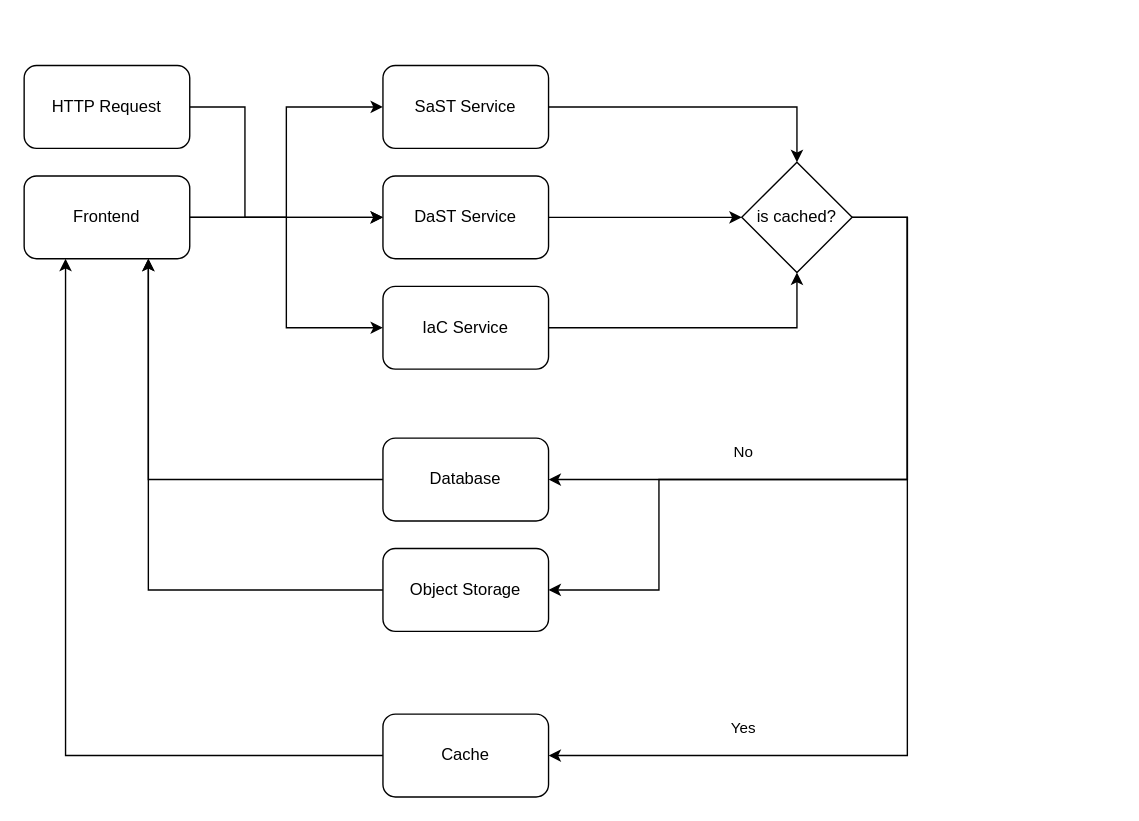
cx-joaoguedes/drawio keeps this draw.io diagram as page "CLAB Overview Design" (3 of 4) of charts/c-lab.drawio. Above is the earlier version. Source tidied: cells renumbered, new cells numbered last; positions are measured from the earlier drawing's top-left corner, leaving out a move shared by most shapes. Both pictures are drawn from the tidied source at 138%, with x=0, y=0 at pixel (23, 65).
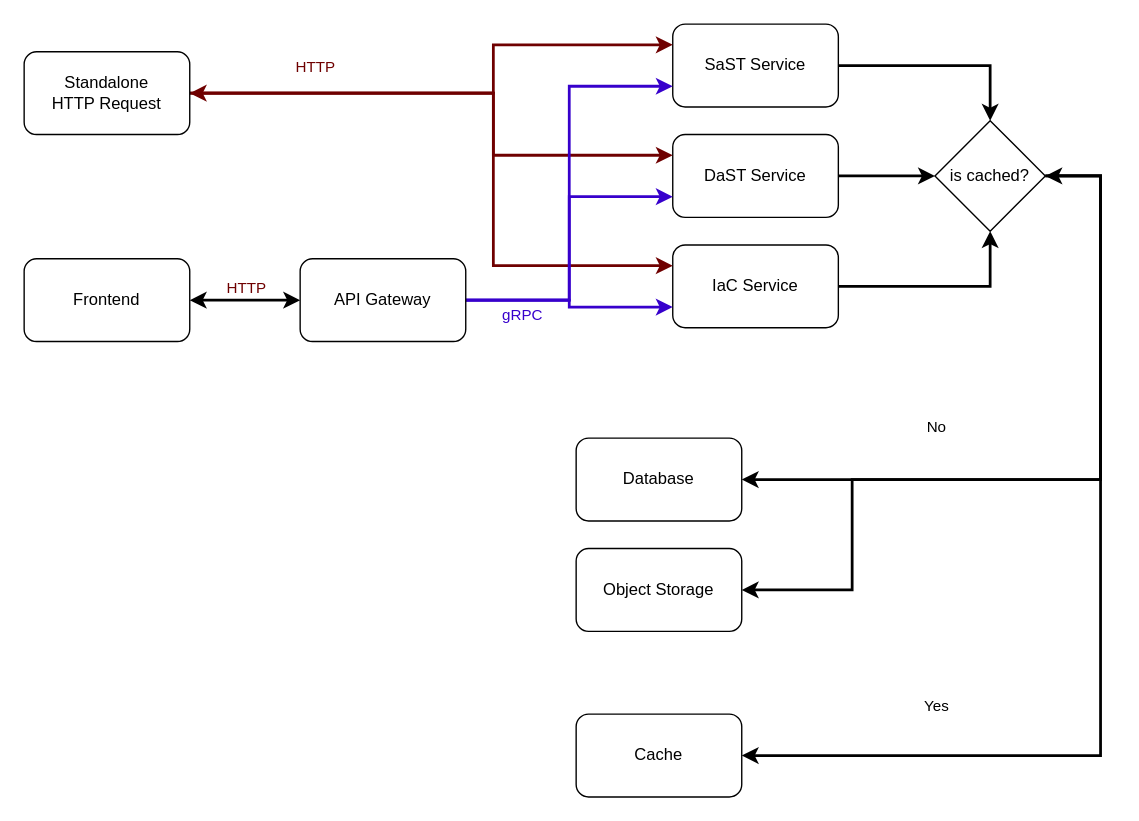
The same diagram, later.

Diff of the diagram source:
```diff
@@
-    <mxCell id="2" style="edgeStyle=orthogonalEdgeStyle;rounded=0;jettySize=auto;html=1;entryX=0;entryY=0.5;entryDx=0;entryDy=0;" parent="1" edge="1" source="5" target="7">
-      <mxGeometry relative="1" as="geometry" />
-    </mxCell>
-    <mxCell id="3" style="edgeStyle=orthogonalEdgeStyle;rounded=0;jettySize=auto;html=1;" parent="1" edge="1" source="5" target="9">
-      <mxGeometry relative="1" as="geometry" />
-    </mxCell>
-    <mxCell id="4" style="edgeStyle=orthogonalEdgeStyle;rounded=0;jettySize=auto;html=1;entryX=0;entryY=0.5;entryDx=0;entryDy=0;" parent="1" edge="1" source="5" target="11">
-      <mxGeometry relative="1" as="geometry" />
-    </mxCell>
+    <mxCell id="26" style="edgeStyle=orthogonalEdgeStyle;rounded=0;jettySize=auto;html=1;entryX=0;entryY=0.5;entryDx=0;entryDy=0;fontColor=#6F0000;strokeWidth=2;startArrow=classic;startFill=1;" parent="1" edge="1" source="5" target="35">
+      <mxGeometry relative="1" as="geometry" />
+    </mxCell>
+    <mxCell id="27" value="HTTP" style="edgeLabel;html=1;align=center;verticalAlign=middle;fontColor=#6F0000;" parent="26" vertex="1">
+      <mxGeometry x="0.01" relative="1" as="geometry">
+        <mxPoint y="-10" as="offset" />
+      </mxGeometry>
+    </mxCell>
     <mxCell id="5" value="Frontend" style="rounded=1;whiteSpace=wrap;html=1;" parent="1" vertex="1">
-      <mxGeometry y="80" width="120" height="60" as="geometry" />
+      <mxGeometry y="140" width="120" height="60" as="geometry" />
     </mxCell>
-    <mxCell id="6" style="edgeStyle=orthogonalEdgeStyle;rounded=0;jettySize=auto;html=1;" parent="1" edge="1" source="7" target="23">
+    <mxCell id="6" style="edgeStyle=orthogonalEdgeStyle;rounded=0;jettySize=auto;html=1;strokeWidth=2;" parent="1" edge="1" source="7" target="23">
       <mxGeometry relative="1" as="geometry" />
     </mxCell>
     <mxCell id="7" value="&lt;div&gt;SaST Service&lt;/div&gt;" style="rounded=1;whiteSpace=wrap;html=1;" parent="1" vertex="1">
-      <mxGeometry x="260" width="120" height="60" as="geometry" />
+      <mxGeometry x="470" y="-30" width="120" height="60" as="geometry" />
     </mxCell>
-    <mxCell id="8" style="edgeStyle=orthogonalEdgeStyle;rounded=0;jettySize=auto;html=1;" parent="1" edge="1" source="9" target="23">
+    <mxCell id="8" style="edgeStyle=orthogonalEdgeStyle;rounded=0;jettySize=auto;html=1;strokeWidth=2;" parent="1" edge="1" source="9" target="23">
       <mxGeometry relative="1" as="geometry" />
     </mxCell>
     <mxCell id="9" value="&lt;div&gt;DaST Service&lt;/div&gt;" style="rounded=1;whiteSpace=wrap;html=1;" parent="1" vertex="1">
-      <mxGeometry x="260" y="80" width="120" height="60" as="geometry" />
+      <mxGeometry x="470" y="50" width="120" height="60" as="geometry" />
     </mxCell>
-    <mxCell id="10" style="edgeStyle=orthogonalEdgeStyle;rounded=0;jettySize=auto;html=1;entryX=0.5;entryY=1;entryDx=0;entryDy=0;" parent="1" edge="1" source="11" target="23">
+    <mxCell id="10" style="edgeStyle=orthogonalEdgeStyle;rounded=0;jettySize=auto;html=1;entryX=0.5;entryY=1;entryDx=0;entryDy=0;strokeWidth=2;" parent="1" edge="1" source="11" target="23">
       <mxGeometry relative="1" as="geometry" />
     </mxCell>
     <mxCell id="11" value="&lt;div&gt;IaC Service&lt;/div&gt;" style="rounded=1;whiteSpace=wrap;html=1;" parent="1" vertex="1">
-      <mxGeometry x="260" y="160" width="120" height="60" as="geometry" />
+      <mxGeometry x="470" y="130" width="120" height="60" as="geometry" />
     </mxCell>
-    <mxCell id="12" style="edgeStyle=orthogonalEdgeStyle;rounded=0;jettySize=auto;html=1;entryX=0.75;entryY=1;entryDx=0;entryDy=0;" parent="1" edge="1" source="13" target="5">
-      <mxGeometry relative="1" as="geometry" />
-    </mxCell>
     <mxCell id="13" value="Database" style="rounded=1;whiteSpace=wrap;html=1;" parent="1" vertex="1">
-      <mxGeometry x="260" y="270" width="120" height="60" as="geometry" />
+      <mxGeometry x="400" y="270" width="120" height="60" as="geometry" />
     </mxCell>
-    <mxCell id="14" style="edgeStyle=orthogonalEdgeStyle;rounded=0;jettySize=auto;html=1;entryX=0.75;entryY=1;entryDx=0;entryDy=0;" parent="1" edge="1" source="15" target="5">
-      <mxGeometry relative="1" as="geometry" />
-    </mxCell>
     <mxCell id="15" value="Object Storage" style="rounded=1;whiteSpace=wrap;html=1;" parent="1" vertex="1">
-      <mxGeometry x="260" y="350" width="120" height="60" as="geometry" />
+      <mxGeometry x="400" y="350" width="120" height="60" as="geometry" />
     </mxCell>
-    <mxCell id="16" style="edgeStyle=orthogonalEdgeStyle;rounded=0;jettySize=auto;html=1;" parent="1" edge="1" source="17" target="5">
-      <mxGeometry relative="1" as="geometry">
-        <Array as="points">
-          <mxPoint x="30" y="500" />
-        </Array>
-      </mxGeometry>
-    </mxCell>
     <mxCell id="17" value="Cache" style="rounded=1;whiteSpace=wrap;html=1;" parent="1" vertex="1">
-      <mxGeometry x="260" y="470" width="120" height="60" as="geometry" />
+      <mxGeometry x="400" y="470" width="120" height="60" as="geometry" />
     </mxCell>
-    <mxCell id="18" style="edgeStyle=orthogonalEdgeStyle;rounded=0;jettySize=auto;html=1;entryX=1;entryY=0.5;entryDx=0;entryDy=0;" parent="1" edge="1" source="23" target="17">
+    <mxCell id="18" style="edgeStyle=orthogonalEdgeStyle;rounded=0;jettySize=auto;html=1;entryX=1;entryY=0.5;entryDx=0;entryDy=0;strokeWidth=2;" parent="1" edge="1" source="23" target="17">
       <mxGeometry relative="1" as="geometry">
         <Array as="points">
-          <mxPoint x="640" y="110" />
-          <mxPoint x="640" y="500" />
+          <mxPoint x="780" y="80" />
+          <mxPoint x="780" y="500" />
         </Array>
       </mxGeometry>
     </mxCell>
@@
-    <mxCell id="20" style="edgeStyle=orthogonalEdgeStyle;rounded=0;jettySize=auto;html=1;entryX=1;entryY=0.5;entryDx=0;entryDy=0;" parent="1" edge="1" source="23" target="13">
+    <mxCell id="20" style="edgeStyle=orthogonalEdgeStyle;rounded=0;jettySize=auto;html=1;entryX=1;entryY=0.5;entryDx=0;entryDy=0;strokeWidth=2;" parent="1" edge="1" source="23" target="13">
       <mxGeometry relative="1" as="geometry">
         <Array as="points">
-          <mxPoint x="640" y="110" />
-          <mxPoint x="640" y="300" />
+          <mxPoint x="780" y="80" />
+          <mxPoint x="780" y="300" />
         </Array>
       </mxGeometry>
     </mxCell>
@@
-    <mxCell id="22" style="edgeStyle=orthogonalEdgeStyle;rounded=0;jettySize=auto;html=1;entryX=1;entryY=0.5;entryDx=0;entryDy=0;" parent="1" edge="1" source="23" target="15">
+    <mxCell id="22" style="edgeStyle=orthogonalEdgeStyle;rounded=0;jettySize=auto;html=1;entryX=1;entryY=0.5;entryDx=0;entryDy=0;strokeWidth=2;startArrow=classic;startFill=1;" parent="1" edge="1" source="23" target="15">
       <mxGeometry relative="1" as="geometry">
         <Array as="points">
-          <mxPoint x="640" y="110" />
-          <mxPoint x="640" y="300" />
-          <mxPoint x="460" y="300" />
-          <mxPoint x="460" y="380" />
+          <mxPoint x="780" y="80" />
+          <mxPoint x="780" y="300" />
+          <mxPoint x="600" y="300" />
+          <mxPoint x="600" y="380" />
         </Array>
       </mxGeometry>
     </mxCell>
     <mxCell id="23" value="is cached?" style="rhombus;whiteSpace=wrap;html=1;" parent="1" vertex="1">
-      <mxGeometry x="520" y="70" width="80" height="80" as="geometry" />
+      <mxGeometry x="660" y="40" width="80" height="80" as="geometry" />
     </mxCell>
+    <mxCell id="28" style="edgeStyle=orthogonalEdgeStyle;rounded=0;jettySize=auto;html=1;entryX=0;entryY=0.25;entryDx=0;entryDy=0;fillColor=#a20025;strokeColor=#6F0000;strokeWidth=2;shadow=0;flowAnimation=0;" parent="1" edge="1" source="25" target="7">
+      <mxGeometry relative="1" as="geometry">
+        <Array as="points">
+          <mxPoint x="340" y="20" />
+          <mxPoint x="340" y="-15" />
+        </Array>
+      </mxGeometry>
+    </mxCell>
-    <mxCell id="24" style="edgeStyle=orthogonalEdgeStyle;rounded=0;jettySize=auto;html=1;entryX=0;entryY=0.5;entryDx=0;entryDy=0;" parent="1" edge="1" source="25" target="9">
+    <mxCell id="24" style="edgeStyle=orthogonalEdgeStyle;rounded=0;jettySize=auto;html=1;entryX=0;entryY=0.25;entryDx=0;entryDy=0;fillColor=#a20025;strokeColor=#6F0000;strokeWidth=2;shadow=0;flowAnimation=0;" parent="1" edge="1" source="25" target="9">
       <mxGeometry relative="1" as="geometry">
         <Array as="points">
-          <mxPoint x="160" y="30" />
-          <mxPoint x="160" y="110" />
+          <mxPoint x="340" y="20" />
+          <mxPoint x="340" y="65" />
         </Array>
       </mxGeometry>
     </mxCell>
+    <mxCell id="29" style="edgeStyle=orthogonalEdgeStyle;rounded=0;jettySize=auto;html=1;entryX=0;entryY=0.25;entryDx=0;entryDy=0;fillColor=#a20025;strokeColor=#6F0000;strokeWidth=2;shadow=0;flowAnimation=0;startArrow=classic;startFill=1;" parent="1" edge="1" source="25" target="11">
+      <mxGeometry relative="1" as="geometry">
+        <Array as="points">
+          <mxPoint x="340" y="20" />
+          <mxPoint x="340" y="145" />
+        </Array>
+      </mxGeometry>
+    </mxCell>
+    <mxCell id="30" value="HTTP" style="edgeLabel;html=1;align=center;verticalAlign=middle;fontColor=#6F0000;fontSize=11;fontStyle=0;" parent="29" vertex="1">
+      <mxGeometry x="-0.62" y="-1" relative="1" as="geometry">
+        <mxPoint y="-21" as="offset" />
+      </mxGeometry>
+    </mxCell>
-    <mxCell id="25" value="HTTP Request" style="rounded=1;whiteSpace=wrap;html=1;" parent="1" vertex="1">
-      <mxGeometry width="120" height="60" as="geometry" />
+    <mxCell id="25" value="&lt;div&gt;Standalone&lt;/div&gt;&lt;div&gt;HTTP Request&lt;/div&gt;" style="rounded=1;whiteSpace=wrap;html=1;" parent="1" vertex="1">
+      <mxGeometry y="-10" width="120" height="60" as="geometry" />
     </mxCell>
+    <mxCell id="31" style="edgeStyle=orthogonalEdgeStyle;rounded=0;jettySize=auto;html=1;entryX=0;entryY=0.75;entryDx=0;entryDy=0;fillColor=#6a00ff;strokeColor=#3700CC;strokeWidth=2;" parent="1" edge="1" source="35" target="7">
+      <mxGeometry relative="1" as="geometry" />
+    </mxCell>
+    <mxCell id="32" style="edgeStyle=orthogonalEdgeStyle;rounded=0;jettySize=auto;html=1;entryX=0;entryY=0.75;entryDx=0;entryDy=0;fillColor=#6a00ff;strokeColor=#3700CC;strokeWidth=2;" parent="1" edge="1" source="35" target="9">
+      <mxGeometry relative="1" as="geometry" />
+    </mxCell>
+    <mxCell id="33" style="edgeStyle=orthogonalEdgeStyle;rounded=0;jettySize=auto;html=1;entryX=0;entryY=0.75;entryDx=0;entryDy=0;fillColor=#6a00ff;strokeColor=#3700CC;strokeWidth=2;" parent="1" edge="1" source="35" target="11">
+      <mxGeometry relative="1" as="geometry" />
+    </mxCell>
+    <mxCell id="34" value="gRPC" style="edgeLabel;html=1;align=center;verticalAlign=middle;fontColor=#3700CC;" parent="33" vertex="1">
+      <mxGeometry x="-0.6" y="-2" relative="1" as="geometry">
+        <mxPoint x="9" y="8" as="offset" />
+      </mxGeometry>
+    </mxCell>
+    <mxCell id="35" value="&lt;div&gt;API Gateway&lt;/div&gt;" style="rounded=1;whiteSpace=wrap;html=1;" parent="1" vertex="1">
+      <mxGeometry x="200" y="140" width="120" height="60" as="geometry" />
+    </mxCell>
```
